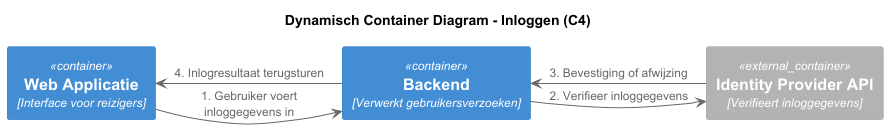
Earlier version of the PlantUML export opdracht-diagrammen/Dynamic_Container_Login.png (AIM-ENE-feb25/triptop-groep-b2). Source of this version:
```plantuml
@startuml Dynamic_Container_Login
!include https://raw.githubusercontent.com/plantuml-stdlib/C4-PlantUML/master/C4_Container.puml

title Dynamisch Container Diagram - Inloggen (C4)

Container(WebApp, "Web Applicatie", "Interface voor reizigers")
Container(Backend, "Backend", "Verwerkt gebruikersverzoeken")
Container_Ext(IdentityProvider, "Identity Provider API", "Verifieert inloggegevens")

WebApp -> Backend : 1. Gebruiker voert inloggegevens in
Backend -> IdentityProvider : 2. Verifieer inloggegevens
IdentityProvider -> Backend : 3. Bevestiging of afwijzing
Backend -> WebApp : 4. Inlogresultaat terugsturen

@enduml
```
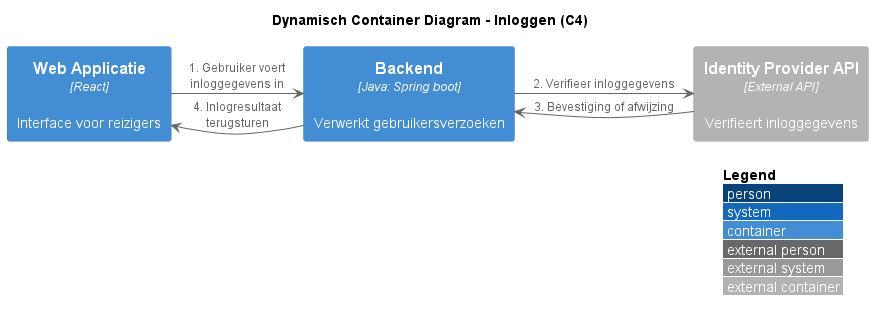
The same file after the commit.

What changed in the source:
```diff
@@ -2,10 +2,11 @@
 !include https://raw.githubusercontent.com/plantuml-stdlib/C4-PlantUML/master/C4_Container.puml
 
 title Dynamisch Container Diagram - Inloggen (C4)
+LAYOUT_WITH_LEGEND()
 
-Container(WebApp, "Web Applicatie", "Interface voor reizigers")
-Container(Backend, "Backend", "Verwerkt gebruikersverzoeken")
-Container_Ext(IdentityProvider, "Identity Provider API", "Verifieert inloggegevens")
+Container(WebApp, "Web Applicatie", "React", "Interface voor reizigers")
+Container(Backend, "Backend", "Java: Spring boot", "Verwerkt gebruikersverzoeken")
+Container_Ext(IdentityProvider, "Identity Provider API", "External API", "Verifieert inloggegevens")
 
 WebApp -> Backend : 1. Gebruiker voert inloggegevens in
 Backend -> IdentityProvider : 2. Verifieer inloggegevens
```
